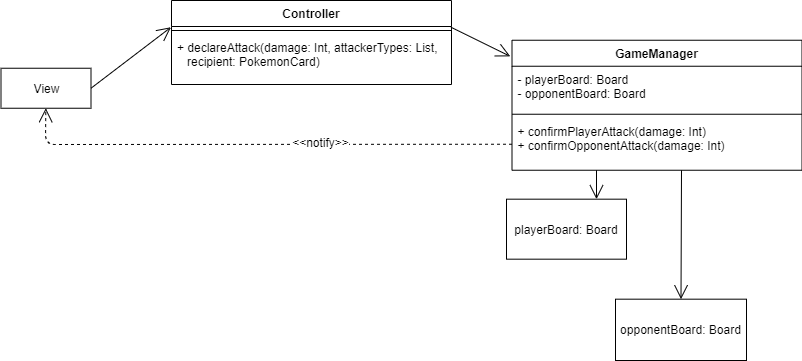
Before: process/design/Attacks.png, a diagram exported from draw.io (fedeOx/scalamon_tcg). Source tidied: cells renumbered, new cells last; positions are measured from the earlier drawing's top-left corner, leaving out a move shared by most shapes.
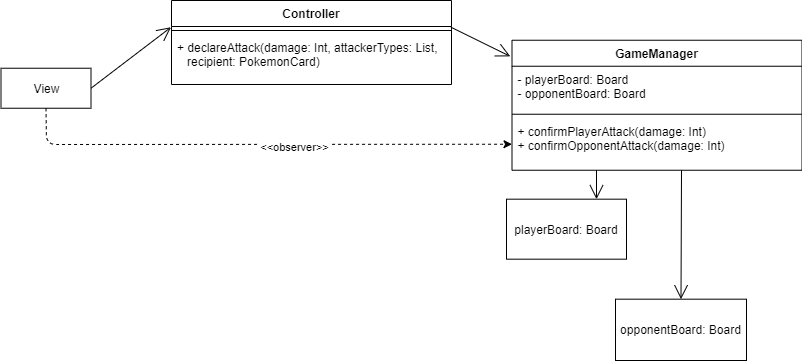
Above is the later version.

What changed in the source:
```diff
@@ -2,65 +2,65 @@
   <root>
     <mxCell id="0" />
     <mxCell id="1" parent="0" />
-    <mxCell id="2" value="View" style="html=1;" parent="1" vertex="1">
-      <mxGeometry x="0.5" y="67.7" width="90" height="40" as="geometry" />
+    <mxCell id="2" value="GameManager" style="swimlane;fontStyle=1;align=center;verticalAlign=top;horizontal=1;startSize=26;" parent="1" vertex="1">
+      <mxGeometry x="521.5" y="1529.7" width="290" height="130" as="geometry" />
     </mxCell>
-    <mxCell id="3" style="endArrow=open;endFill=1;endSize=12;html=1;exitX=1;exitY=0.5;exitDx=0;exitDy=0;entryX=0;entryY=0.5;entryDx=0;entryDy=0;" parent="1" edge="1" source="2">
-      <mxGeometry relative="1" as="geometry">
-        <mxPoint x="170.5" y="26.7" as="targetPoint" />
-      </mxGeometry>
+    <mxCell id="3" value="- playerBoard: Board&#10;- opponentBoard: Board" style="text;strokeColor=none;fillColor=none;align=left;verticalAlign=top;spacingLeft=4;spacingRight=4;overflow=hidden;" parent="2" vertex="1">
+      <mxGeometry y="26" width="290" height="44" as="geometry" />
     </mxCell>
-    <mxCell id="4" style="endArrow=open;endFill=1;endSize=12;html=1;exitX=1;exitY=0.5;exitDx=0;exitDy=0;entryX=-0.006;entryY=0.124;entryDx=0;entryDy=0;entryPerimeter=0;" parent="1" edge="1" target="5">
-      <mxGeometry relative="1" as="geometry">
-        <mxPoint x="450.5" y="26.7" as="sourcePoint" />
-      </mxGeometry>
+    <mxCell id="4" style="line;strokeWidth=1;fillColor=none;align=left;verticalAlign=middle;spacingTop=-1;spacingLeft=3;spacingRight=3;labelPosition=right;" parent="2" vertex="1">
+      <mxGeometry y="70" width="290" height="8" as="geometry" />
     </mxCell>
-    <mxCell id="5" value="GameManager" style="swimlane;fontStyle=1;align=center;verticalAlign=top;horizontal=1;startSize=26;" parent="1" vertex="1">
-      <mxGeometry x="511.5" y="39.7" width="290" height="130" as="geometry" />
+    <mxCell id="5" value="+ confirmPlayerAttack(damage: Int)&#10;+ confirmOpponentAttack(damage: Int)" style="text;strokeColor=none;fillColor=none;align=left;verticalAlign=top;spacingLeft=4;spacingRight=4;overflow=hidden;points=[[0,0.5],[1,0.5]];portConstraint=eastwest;" parent="2" vertex="1">
+      <mxGeometry y="78" width="290" height="52" as="geometry" />
     </mxCell>
-    <mxCell id="6" value="- playerBoard: Board&#10;- opponentBoard: Board" style="text;strokeColor=none;fillColor=none;align=left;verticalAlign=top;spacingLeft=4;spacingRight=4;overflow=hidden;" parent="5" vertex="1">
-      <mxGeometry y="26" width="290" height="44" as="geometry" />
+    <mxCell id="6" value="Controller" style="swimlane;fontStyle=1;align=center;verticalAlign=top;horizontal=1;startSize=26;fontSize=12;" parent="1" vertex="1">
+      <mxGeometry x="181" y="1490" width="280" height="84" as="geometry" />
     </mxCell>
-    <mxCell id="7" style="line;strokeWidth=1;fillColor=none;align=left;verticalAlign=middle;spacingTop=-1;spacingLeft=3;spacingRight=3;labelPosition=right;" parent="5" vertex="1">
-      <mxGeometry y="70" width="290" height="8" as="geometry" />
+    <mxCell id="7" style="line;strokeWidth=1;fillColor=none;align=left;verticalAlign=middle;spacingTop=-1;spacingLeft=3;spacingRight=3;labelPosition=right;" parent="6" vertex="1">
+      <mxGeometry y="26" width="280" height="8" as="geometry" />
     </mxCell>
-    <mxCell id="8" value="+ confirmPlayerAttack(damage: Int)&#10;+ confirmOpponentAttack(damage: Int)" style="text;strokeColor=none;fillColor=none;align=left;verticalAlign=top;spacingLeft=4;spacingRight=4;overflow=hidden;points=[[0,0.5],[1,0.5]];portConstraint=eastwest;" parent="5" vertex="1">
-      <mxGeometry y="78" width="290" height="52" as="geometry" />
+    <mxCell id="8" value="+ declareAttack(damage: Int, attackerTypes: List,&#10;   recipient: PokemonCard)" style="text;strokeColor=none;fillColor=none;align=left;verticalAlign=top;spacingLeft=4;spacingRight=4;overflow=hidden;points=[[0,0.5],[1,0.5]];portConstraint=eastwest;" parent="6" vertex="1">
+      <mxGeometry y="34" width="280" height="50" as="geometry" />
     </mxCell>
-    <mxCell id="9" value="playerBoard: Board" style="rounded=0;whiteSpace=wrap;html=1;fontSize=12;" parent="1" vertex="1">
-      <mxGeometry x="506" y="198.7" width="120" height="60" as="geometry" />
+    <mxCell id="9" value="View" style="html=1;" parent="1" vertex="1">
+      <mxGeometry x="10.5" y="1557.7" width="90" height="40" as="geometry" />
     </mxCell>
-    <mxCell id="10" value="opponentBoard: Board" style="rounded=0;whiteSpace=wrap;html=1;fontSize=12;" parent="1" vertex="1">
-      <mxGeometry x="615" y="298.7" width="131" height="61.3" as="geometry" />
+    <mxCell id="10" style="endArrow=open;endFill=1;endSize=12;html=1;exitX=1;exitY=0.5;exitDx=0;exitDy=0;entryX=0;entryY=0.5;entryDx=0;entryDy=0;" parent="1" edge="1" source="9">
+      <mxGeometry relative="1" as="geometry">
+        <mxPoint x="180.5" y="1516.7" as="targetPoint" />
+      </mxGeometry>
     </mxCell>
-    <mxCell id="11" style="endArrow=open;endFill=1;endSize=12;html=1;entryX=0.5;entryY=0;entryDx=0;entryDy=0;" parent="1" edge="1" target="10">
+    <mxCell id="11" style="endArrow=open;endFill=1;endSize=12;html=1;exitX=1;exitY=0.5;exitDx=0;exitDy=0;entryX=-0.006;entryY=0.124;entryDx=0;entryDy=0;entryPerimeter=0;" parent="1" edge="1" target="2">
       <mxGeometry relative="1" as="geometry">
-        <mxPoint x="681" y="169.7" as="sourcePoint" />
+        <mxPoint x="460.5" y="1516.7" as="sourcePoint" />
       </mxGeometry>
     </mxCell>
-    <mxCell id="12" style="endArrow=open;endFill=1;endSize=12;html=1;entryX=0.75;entryY=0;entryDx=0;entryDy=0;" parent="1" edge="1" target="9">
-      <mxGeometry relative="1" as="geometry">
-        <mxPoint x="596" y="169.7" as="sourcePoint" />
-      </mxGeometry>
+    <mxCell id="12" value="playerBoard: Board" style="rounded=0;whiteSpace=wrap;html=1;fontSize=12;" parent="1" vertex="1">
+      <mxGeometry x="516" y="1688.7" width="120" height="60" as="geometry" />
     </mxCell>
-    <mxCell id="13" style="endArrow=open;endFill=1;endSize=12;html=1;exitX=0;exitY=0.5;exitDx=0;exitDy=0;dashed=1;" parent="1" edge="1" source="8" target="2">
-      <mxGeometry relative="1" as="geometry">
-        <Array as="points">
-          <mxPoint x="45" y="144" />
-        </Array>
-      </mxGeometry>
+    <mxCell id="13" value="opponentBoard: Board" style="rounded=0;whiteSpace=wrap;html=1;fontSize=12;" parent="1" vertex="1">
+      <mxGeometry x="625" y="1788.7" width="131" height="61.3" as="geometry" />
     </mxCell>
-    <mxCell id="14" value="&lt;font color=&quot;#000000&quot;&gt;&amp;lt;&amp;lt;notify&amp;gt;&amp;gt;&lt;/font&gt;" style="edgeLabel;html=1;align=center;verticalAlign=middle;fontSize=12;fontColor=#009900;" parent="13" vertex="1">
-      <mxGeometry x="-0.23" y="-2" relative="1" as="geometry" />
+    <mxCell id="14" style="endArrow=open;endFill=1;endSize=12;html=1;entryX=0.5;entryY=0;entryDx=0;entryDy=0;" parent="1" edge="1" target="13">
+      <mxGeometry relative="1" as="geometry">
+        <mxPoint x="691" y="1659.7" as="sourcePoint" />
+      </mxGeometry>
     </mxCell>
-    <mxCell id="15" value="Controller" style="swimlane;fontStyle=1;align=center;verticalAlign=top;horizontal=1;startSize=26;fontSize=12;" parent="1" vertex="1">
-      <mxGeometry x="171" width="280" height="84" as="geometry" />
+    <mxCell id="15" style="endArrow=open;endFill=1;endSize=12;html=1;entryX=0.75;entryY=0;entryDx=0;entryDy=0;" parent="1" edge="1" target="12">
+      <mxGeometry relative="1" as="geometry">
+        <mxPoint x="606" y="1659.7" as="sourcePoint" />
+      </mxGeometry>
     </mxCell>
-    <mxCell id="16" style="line;strokeWidth=1;fillColor=none;align=left;verticalAlign=middle;spacingTop=-1;spacingLeft=3;spacingRight=3;labelPosition=right;" parent="15" vertex="1">
-      <mxGeometry y="26" width="280" height="8" as="geometry" />
+    <mxCell id="16" style="endArrow=classic;html=1;dashed=1;strokeWidth=1;exitX=0.5;exitY=1;exitDx=0;exitDy=0;entryX=0;entryY=0.5;entryDx=0;entryDy=0;" parent="1" edge="1" source="9" target="5">
+      <mxGeometry relative="1" as="geometry">
+        <Array as="points">
+          <mxPoint x="56" y="1634" />
+        </Array>
+      </mxGeometry>
     </mxCell>
-    <mxCell id="17" value="+ declareAttack(damage: Int, attackerTypes: List,&#10;   recipient: PokemonCard)" style="text;strokeColor=none;fillColor=none;align=left;verticalAlign=top;spacingLeft=4;spacingRight=4;overflow=hidden;" parent="15" vertex="1">
-      <mxGeometry y="34" width="280" height="50" as="geometry" />
+    <mxCell id="17" value="&amp;lt;&amp;lt;observer&amp;gt;&amp;gt;" style="edgeLabel;html=1;align=center;verticalAlign=middle;" parent="16" vertex="1">
+      <mxGeometry x="0.13" y="-3" relative="1" as="geometry" />
     </mxCell>
   </root>
 </mxGraphModel>
```
